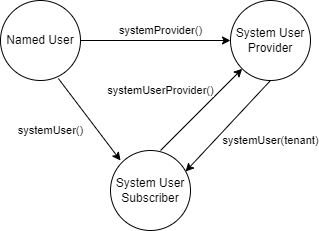
This is java/assets/requestcontext.png from cap-js/docs, a draw.io export, as it was before one commit. Source tidied: cells renumbered, new cells last; positions are measured from the earlier drawing's top-left corner, leaving out a move shared by most shapes.
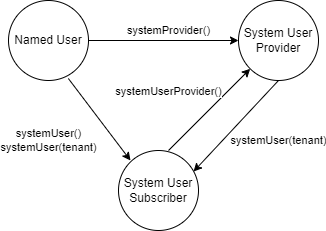
After the commit.

Diff of the diagram source:
```diff
@@ -24,9 +24,10 @@
     <mxCell id="7" value="systemUser(tenant)" style="endArrow=classic;html=1;rounded=0;entryX=0.938;entryY=0.263;entryDx=0;entryDy=0;entryPerimeter=0;exitX=0.5;exitY=1;exitDx=0;exitDy=0;" parent="1" edge="1" source="3" target="4">
       <mxGeometry x="-0.3" y="41" relative="1" as="geometry" />
     </mxCell>
-    <mxCell id="8" value="systemUser()" style="endArrow=classic;html=1;rounded=0;exitX=0.723;exitY=0.975;exitDx=0;exitDy=0;exitPerimeter=0;" parent="1" edge="1" source="2">
-      <mxGeometry x="-0.29" y="-38" relative="1" as="geometry">
-        <mxPoint x="120" y="160" as="targetPoint" />
+    <mxCell id="8" value="systemUser()&lt;br&gt;systemUser(tenant)" style="endArrow=classic;html=1;rounded=0;exitX=0.723;exitY=0.975;exitDx=0;exitDy=0;exitPerimeter=0;" parent="1" edge="1">
+      <mxGeometry x="-0.27" y="-53" relative="1" as="geometry">
+        <mxPoint x="59.8" y="78" as="sourcePoint" />
+        <mxPoint x="122" y="160" as="targetPoint" />
       </mxGeometry>
     </mxCell>
   </root>
```
